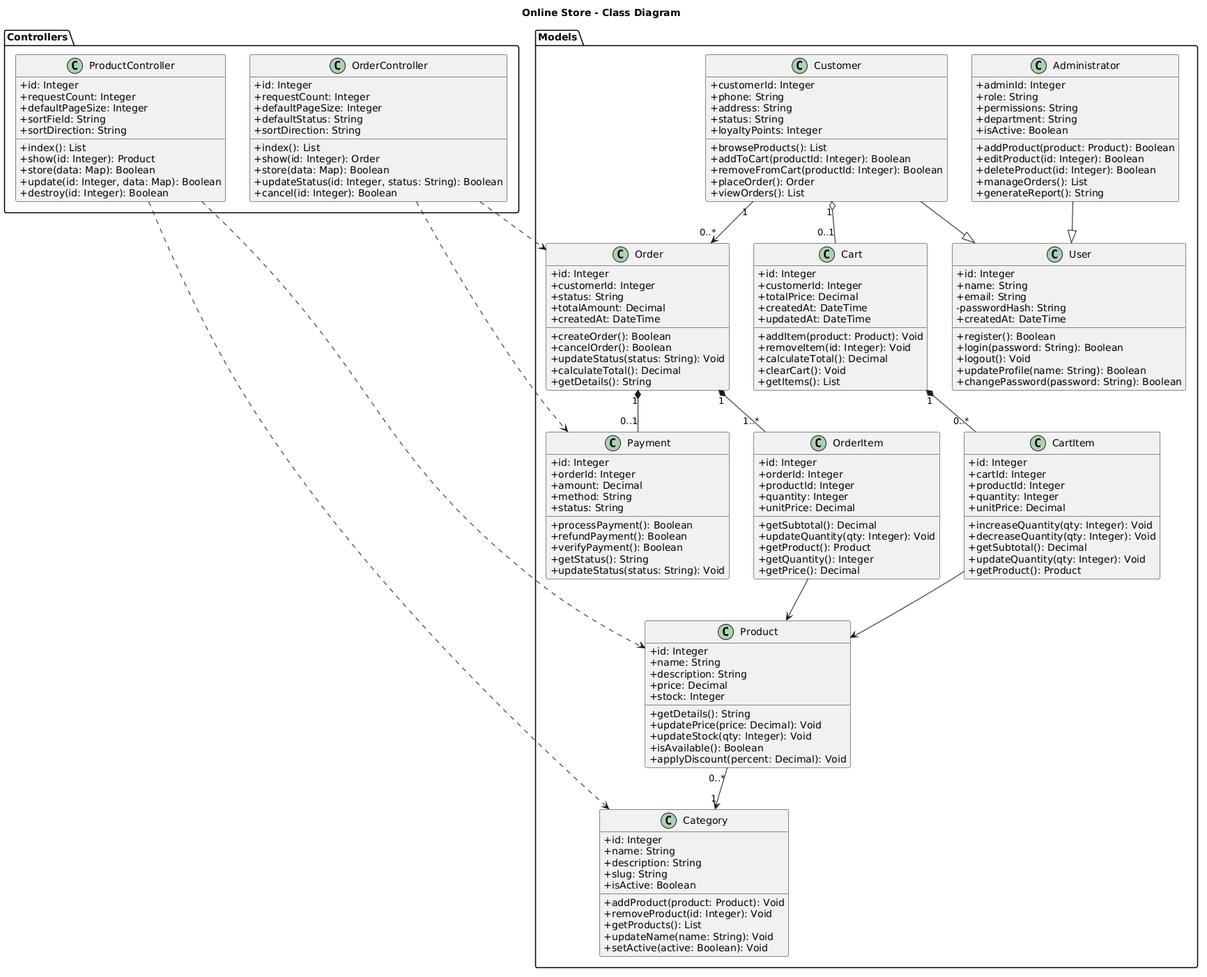
ulianadubrovska/PHP-CICD-Lab1 keeps this PlantUML diagram as docs/class-diagram.png. Above is the earlier version.
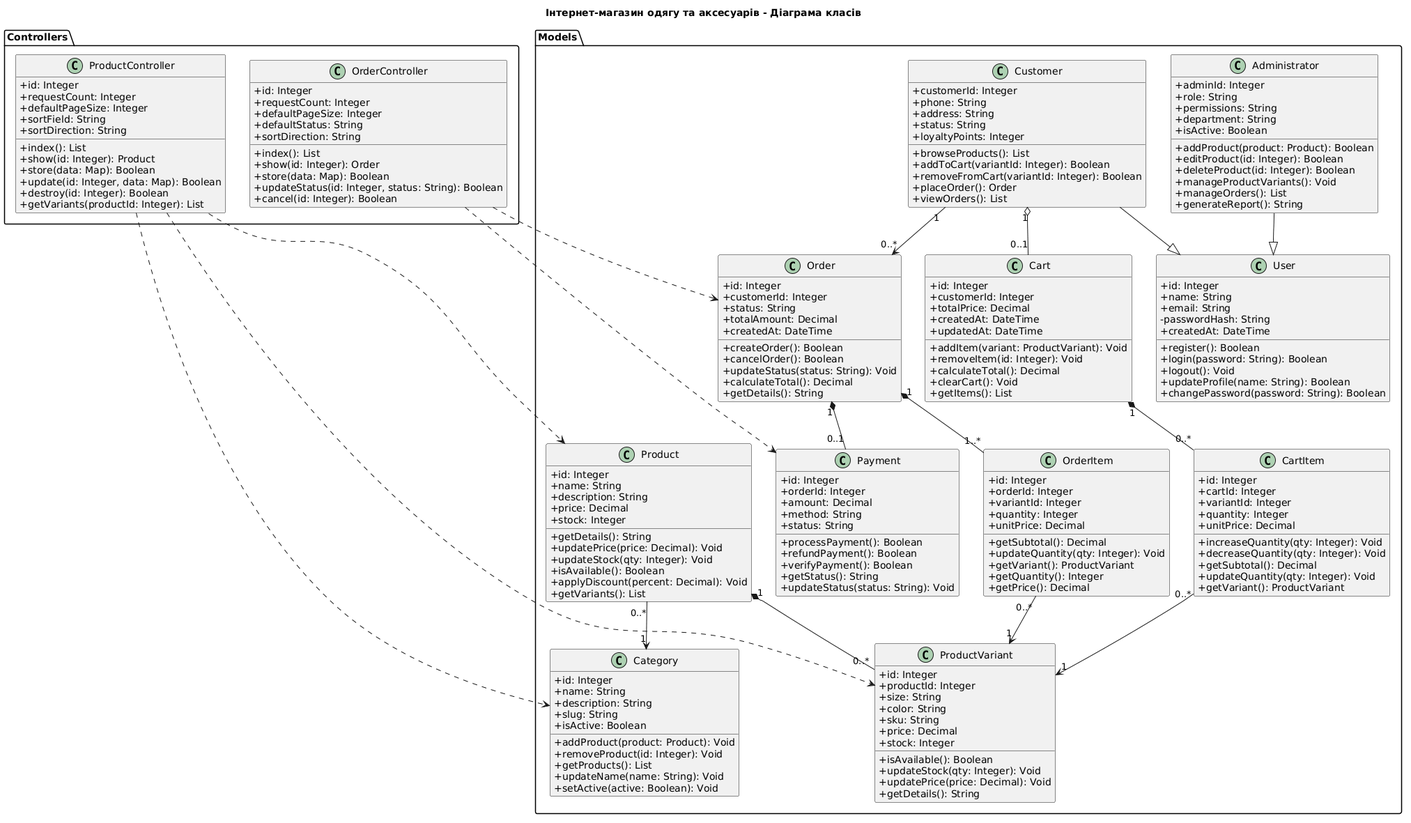
After the commit.

Commit message:
Update clothing store architecture and UML diagrams

Change to the diagram source:
```diff
@@ -1,5 +1,6 @@
 @startuml
-title Online Store - Class Diagram
+title Інтернет-магазин одягу та аксесуарів - Діаграма класів
+
 skinparam classAttributeIconSize 0
 skinparam shadowing false
 hide empty members
@@ -26,8 +27,8 @@
   +status: String
   +loyaltyPoints: Integer
   +browseProducts(): List
-  +addToCart(productId: Integer): Boolean
-  +removeFromCart(productId: Integer): Boolean
+  +addToCart(variantId: Integer): Boolean
+  +removeFromCart(variantId: Integer): Boolean
   +placeOrder(): Order
   +viewOrders(): List
 }
@@ -41,6 +42,7 @@
   +addProduct(product: Product): Boolean
   +editProduct(id: Integer): Boolean
   +deleteProduct(id: Integer): Boolean
+  +manageProductVariants(): Void
   +manageOrders(): List
   +generateReport(): String
 }
@@ -56,6 +58,21 @@
   +updateStock(qty: Integer): Void
   +isAvailable(): Boolean
   +applyDiscount(percent: Decimal): Void
+  +getVariants(): List
+}
+
+class ProductVariant {
+  +id: Integer
+  +productId: Integer
+  +size: String
+  +color: String
+  +sku: String
+  +price: Decimal
+  +stock: Integer
+  +isAvailable(): Boolean
+  +updateStock(qty: Integer): Void
+  +updatePrice(price: Decimal): Void
+  +getDetails(): String
 }
 
 class Category {
@@ -77,7 +94,7 @@
   +totalPrice: Decimal
   +createdAt: DateTime
   +updatedAt: DateTime
-  +addItem(product: Product): Void
+  +addItem(variant: ProductVariant): Void
   +removeItem(id: Integer): Void
   +calculateTotal(): Decimal
   +clearCart(): Void
@@ -87,14 +104,14 @@
 class CartItem {
   +id: Integer
   +cartId: Integer
-  +productId: Integer
+  +variantId: Integer
   +quantity: Integer
   +unitPrice: Decimal
   +increaseQuantity(qty: Integer): Void
   +decreaseQuantity(qty: Integer): Void
   +getSubtotal(): Decimal
   +updateQuantity(qty: Integer): Void
-  +getProduct(): Product
+  +getVariant(): ProductVariant
 }
 
 class Order {
@@ -113,12 +130,12 @@
 class OrderItem {
   +id: Integer
   +orderId: Integer
-  +productId: Integer
+  +variantId: Integer
   +quantity: Integer
   +unitPrice: Decimal
   +getSubtotal(): Decimal
   +updateQuantity(qty: Integer): Void
-  +getProduct(): Product
+  +getVariant(): ProductVariant
   +getQuantity(): Integer
   +getPrice(): Decimal
 }
@@ -151,6 +168,7 @@
   +store(data: Map): Boolean
   +update(id: Integer, data: Map): Boolean
   +destroy(id: Integer): Boolean
+  +getVariants(productId: Integer): List
 }
 
 class OrderController {
@@ -172,6 +190,9 @@
 Administrator --|> User
 
 Product "0..*" --> "1" Category
+
+Product "1" *-- "0..*" ProductVariant
+
 Customer "1" --> "0..*" Order
 
 Customer "1" o-- "0..1" Cart
@@ -180,11 +201,13 @@
 Order "1" *-- "1..*" OrderItem
 Order "1" *-- "0..1" Payment
 
-CartItem --> Product
-OrderItem --> Product
+CartItem "0..*" --> "1" ProductVariant
+OrderItem "0..*" --> "1" ProductVariant
 
 ProductController ..> Product
+ProductController ..> ProductVariant
 ProductController ..> Category
+
 OrderController ..> Order
 OrderController ..> Payment
 @enduml
```
